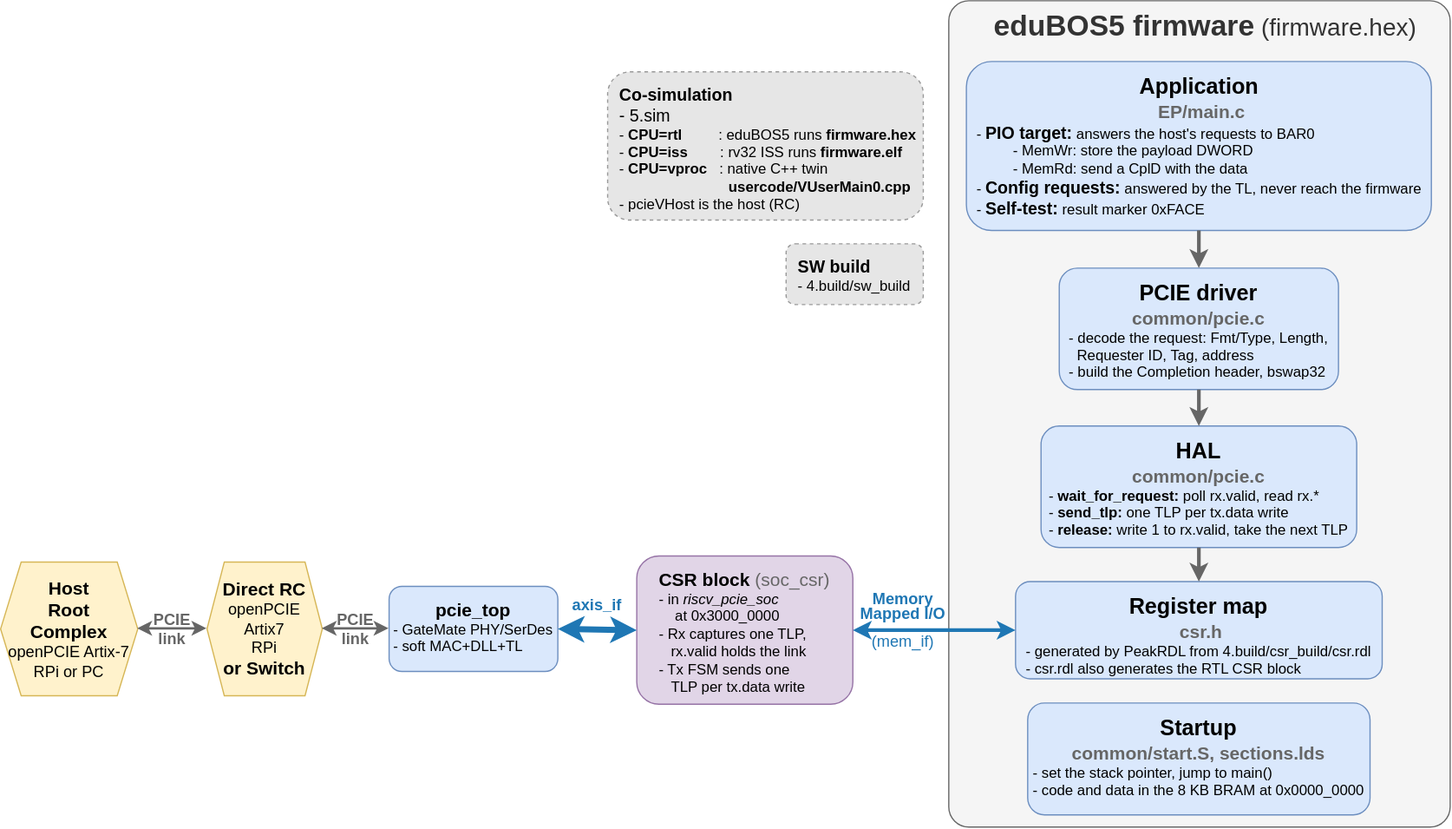
Earlier version of the draw.io export 0.doc/3.sw/sw-structure.drawio.svg (chili-chips-ba/openCologne-PCIE). Source tidied: cells renumbered, new cells last; positions are measured from the earlier drawing's top-left corner, leaving out a move shared by most shapes.
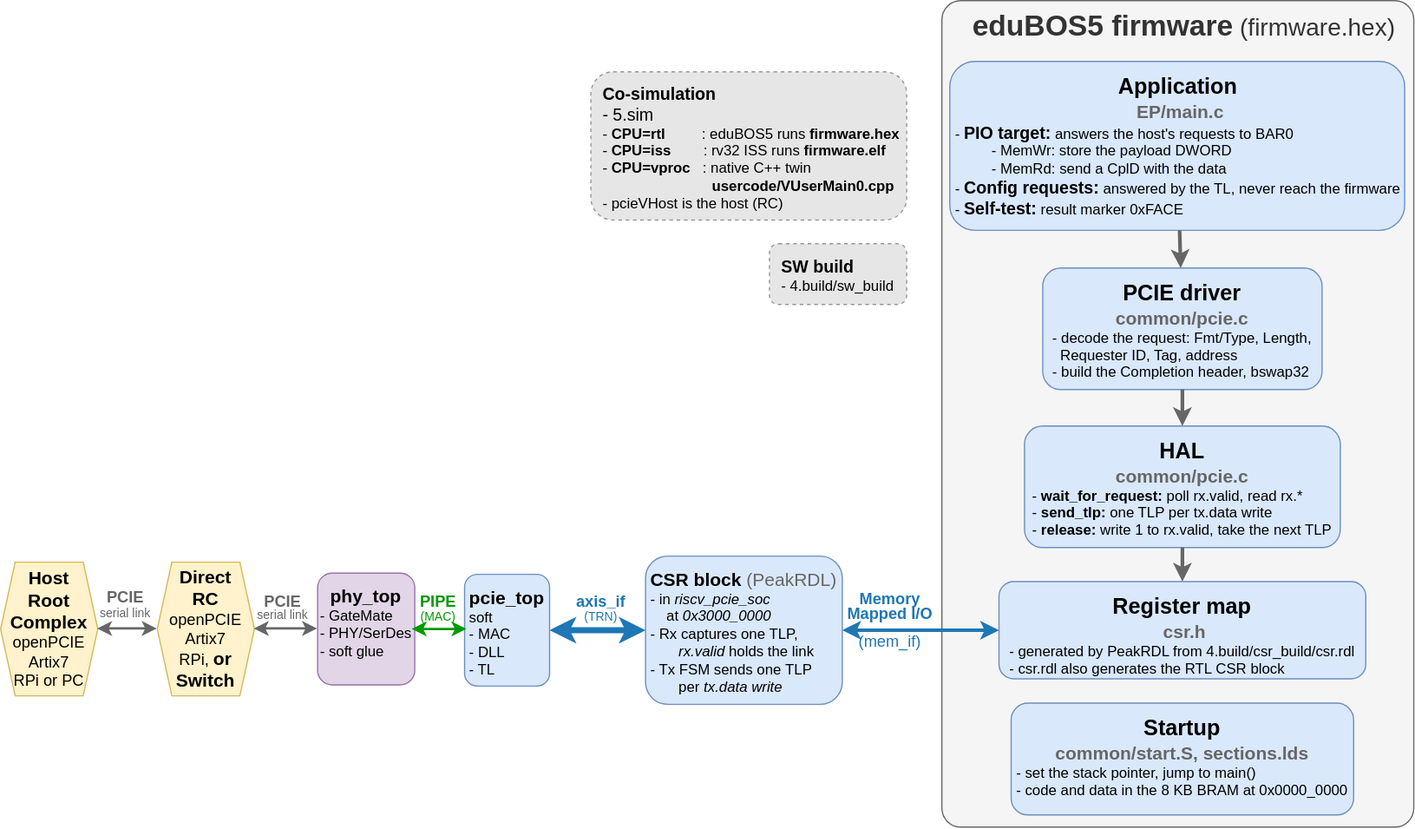
After the commit.

What changed in the source:
```diff
@@ -3,10 +3,10 @@
     <mxCell id="0" />
     <mxCell id="1" parent="0" />
     <mxCell id="2" value="&lt;div&gt;&lt;font style=&quot;background-color: transparent; color: rgb(51, 51, 51); font-size: 24px;&quot;&gt;eduBOS5 firmware&lt;/font&gt;&lt;font style=&quot;background-color: transparent; font-size: 20px; color: rgb(51, 51, 51);&quot;&gt; &lt;span style=&quot;font-weight: normal;&quot;&gt;(firmware.hex)&lt;/span&gt;&lt;/font&gt;&lt;/div&gt;" style="rounded=1;arcSize=4;whiteSpace=wrap;html=1;fillColor=#f5f5f5;strokeColor=#666666;fontStyle=1;verticalAlign=top;align=center;spacingLeft=10;" parent="1" vertex="1">
-      <mxGeometry x="781" width="413" height="680" as="geometry" />
+      <mxGeometry x="789" width="388.5" height="680" as="geometry" />
     </mxCell>
     <mxCell id="3" value="&lt;b&gt;&lt;font style=&quot;font-size: 18px;&quot;&gt;Application&lt;/font&gt;&lt;/b&gt;&lt;div&gt;&lt;b&gt;&lt;font style=&quot;font-size: 15px; color: rgb(102, 102, 102);&quot;&gt;&amp;nbsp;EP/main.c&lt;/font&gt;&lt;/b&gt;&lt;div style=&quot;text-align: left;&quot;&gt;- &lt;font style=&quot;font-size: 14px;&quot;&gt;&lt;b style=&quot;&quot;&gt;PIO target:&lt;/b&gt;&lt;/font&gt; answers the host's requests to BAR0&lt;/div&gt;&lt;div style=&quot;text-align: left;&quot;&gt;&amp;nbsp; &amp;nbsp; &amp;nbsp; &amp;nbsp; &amp;nbsp;- MemWr: store the payload DWORD&lt;/div&gt;&lt;div style=&quot;text-align: left;&quot;&gt;&amp;nbsp; &amp;nbsp; &amp;nbsp; &amp;nbsp; &amp;nbsp;- MemRd: send a CplD with the data&lt;/div&gt;&lt;div style=&quot;text-align: left;&quot;&gt;- &lt;b&gt;&lt;font style=&quot;font-size: 14px;&quot;&gt;Config requests:&lt;/font&gt;&lt;/b&gt; answered by the TL, never reach the firmware&lt;br&gt;- &lt;b&gt;&lt;font style=&quot;font-size: 14px;&quot;&gt;Self-test:&lt;/font&gt;&lt;/b&gt; result marker 0xFACE&lt;/div&gt;&lt;/div&gt;" style="rounded=1;whiteSpace=wrap;html=1;fillColor=#dae8fc;strokeColor=#6c8ebf;align=center;verticalAlign=top;spacingTop=4;" parent="1" vertex="1">
-      <mxGeometry x="795.5" y="50" width="383" height="139" as="geometry" />
+      <mxGeometry x="795.5" y="50" width="374.5" height="139" as="geometry" />
     </mxCell>
     <mxCell id="4" value="&lt;b&gt;&lt;font style=&quot;font-size: 18px;&quot;&gt;PCIE driver&lt;/font&gt;&lt;/b&gt;&lt;div&gt;&lt;b&gt;&lt;font style=&quot;font-size: 15px; color: rgb(102, 102, 102);&quot;&gt;common/pcie.c&lt;/font&gt;&lt;/b&gt;&lt;div style=&quot;text-align: left;&quot;&gt;- decode the request: Fmt/Type, Length,&lt;br&gt;&amp;nbsp; Requester ID, Tag, address&lt;br&gt;- build the Completion header, bswap32&lt;/div&gt;&lt;/div&gt;" style="rounded=1;whiteSpace=wrap;html=1;fillColor=#dae8fc;strokeColor=#6c8ebf;align=center;verticalAlign=top;spacingTop=4;" parent="1" vertex="1">
       <mxGeometry x="872" y="220" width="230" height="100" as="geometry" />
@@ -29,23 +29,23 @@
     <mxCell id="10" style="endArrow=classic;html=1;strokeWidth=3;strokeColor=#666666;fontColor=#666666;labelBackgroundColor=none;fontStyle=1;fontSize=13;" parent="1" edge="1" source="5" target="6">
       <mxGeometry relative="1" as="geometry" />
     </mxCell>
-    <mxCell id="11" value="&lt;font style=&quot;font-size: 15px;&quot;&gt;&lt;b&gt;CSR block &lt;/b&gt;&lt;span style=&quot;color: rgb(102, 102, 102);&quot;&gt;(soc_csr)&lt;/span&gt;&lt;/font&gt;&lt;div style=&quot;text-align: left;&quot;&gt;- in &lt;i&gt;riscv_pcie_soc&lt;/i&gt;&lt;/div&gt;&lt;div style=&quot;text-align: left;&quot;&gt;&amp;nbsp; &amp;nbsp; at 0x3000_0000&lt;br&gt;- Rx captures one TLP,&lt;/div&gt;&lt;div style=&quot;text-align: left;&quot;&gt;&amp;nbsp; &amp;nbsp;rx.valid holds the link&lt;br&gt;- Tx FSM sends one&lt;/div&gt;&lt;div style=&quot;text-align: left;&quot;&gt;&amp;nbsp; &amp;nbsp;TLP per tx.data write&lt;/div&gt;" style="rounded=1;whiteSpace=wrap;html=1;fillColor=#e1d5e7;strokeColor=#9673a6;align=center;verticalAlign=top;spacingTop=4;" parent="1" vertex="1">
-      <mxGeometry x="524" y="457" width="178" height="122" as="geometry" />
+    <mxCell id="11" value="&lt;font style=&quot;font-size: 15px;&quot;&gt;&lt;b&gt;CSR block &lt;/b&gt;&lt;span style=&quot;color: rgb(102, 102, 102);&quot;&gt;(PeakRDL)&lt;/span&gt;&lt;/font&gt;&lt;div style=&quot;text-align: left;&quot;&gt;- in &lt;i&gt;riscv_pcie_soc&lt;/i&gt;&lt;/div&gt;&lt;div style=&quot;text-align: left;&quot;&gt;&amp;nbsp; &amp;nbsp; at&lt;i&gt; 0x3000_0000&lt;/i&gt;&lt;br&gt;- Rx captures one TLP,&lt;/div&gt;&lt;div style=&quot;text-align: left;&quot;&gt;&amp;nbsp; &amp;nbsp; &amp;nbsp; &amp;nbsp;&lt;i&gt;rx.valid &lt;/i&gt;holds the link&lt;br&gt;- Tx FSM sends one&amp;nbsp;&lt;span style=&quot;background-color: transparent; color: light-dark(rgb(0, 0, 0), rgb(255, 255, 255));&quot;&gt;TLP&lt;/span&gt;&lt;/div&gt;&lt;div style=&quot;text-align: left;&quot;&gt;&lt;span style=&quot;background-color: transparent; color: light-dark(rgb(0, 0, 0), rgb(255, 255, 255));&quot;&gt;&amp;nbsp; &amp;nbsp; &amp;nbsp; &amp;nbsp;per &lt;i&gt;tx.data write&lt;/i&gt;&lt;/span&gt;&lt;/div&gt;" style="rounded=1;whiteSpace=wrap;html=1;fillColor=#dae8fc;strokeColor=#6c8ebf;align=center;verticalAlign=top;spacingTop=4;" parent="1" vertex="1">
+      <mxGeometry x="545" y="457" width="162" height="122" as="geometry" />
     </mxCell>
-    <mxCell id="12" value="&lt;b&gt;&lt;font style=&quot;font-size: 15px;&quot;&gt;pcie_top&lt;/font&gt;&lt;/b&gt;&lt;div style=&quot;text-align: left;&quot;&gt;- GateMate PHY/SerDes&lt;/div&gt;&lt;div style=&quot;text-align: left;&quot;&gt;- soft MAC+DLL+TL&lt;br&gt;&lt;/div&gt;" style="rounded=1;whiteSpace=wrap;html=1;fillColor=#dae8fc;strokeColor=#6c8ebf;align=center;verticalAlign=top;spacingTop=4;" parent="1" vertex="1">
-      <mxGeometry x="320" y="482" width="139" height="70" as="geometry" />
+    <mxCell id="12" value="&lt;b&gt;&lt;font style=&quot;font-size: 15px;&quot;&gt;pcie_top&lt;/font&gt;&lt;/b&gt;&lt;div style=&quot;text-align: left;&quot;&gt;soft&lt;/div&gt;&lt;div style=&quot;text-align: left;&quot;&gt;- MAC&lt;/div&gt;&lt;div style=&quot;text-align: left;&quot;&gt;- DLL&lt;/div&gt;&lt;div style=&quot;text-align: left;&quot;&gt;- TL&lt;br&gt;&lt;/div&gt;" style="rounded=1;whiteSpace=wrap;html=1;fillColor=#dae8fc;strokeColor=#6c8ebf;align=center;verticalAlign=top;spacingTop=4;" parent="1" vertex="1">
+      <mxGeometry x="396" y="472" width="70" height="92" as="geometry" />
     </mxCell>
-    <mxCell id="13" value="&lt;div&gt;&lt;b style=&quot;background-color: transparent; color: light-dark(rgb(0, 0, 0), rgb(255, 255, 255));&quot;&gt;&lt;font style=&quot;font-size: 15px;&quot;&gt;Direct RC&lt;/font&gt;&lt;/b&gt;&lt;/div&gt;&lt;div&gt;&lt;div&gt;&lt;font style=&quot;font-size: 13px;&quot;&gt;openPCIE Artix7&lt;/font&gt;&lt;/div&gt;&lt;div&gt;&lt;font style=&quot;font-size: 13px;&quot;&gt;RPi&lt;/font&gt;&lt;/div&gt;&lt;/div&gt;&lt;div&gt;&lt;b style=&quot;background-color: transparent; color: light-dark(rgb(0, 0, 0), rgb(255, 255, 255));&quot;&gt;&lt;font style=&quot;font-size: 15px;&quot;&gt;or&amp;nbsp;&lt;/font&gt;&lt;/b&gt;&lt;b style=&quot;background-color: transparent; color: light-dark(rgb(0, 0, 0), rgb(255, 255, 255));&quot;&gt;&lt;font style=&quot;font-size: 15px;&quot;&gt;Switch&lt;/font&gt;&lt;/b&gt;&lt;/div&gt;" style="shape=hexagon;perimeter=hexagonPerimeter2;size=0.15;whiteSpace=wrap;html=1;fillColor=#fff2cc;strokeColor=#d6b656;points=[[0,0.25,1,0,0],[0,0.5,1,0,0],[0,0.75,1,0,0],[0.375,0,1,0,0],[0.375,1,1,0,0],[0.5,0,1,0,0],[0.5,1,1,0,0],[0.625,0,1,0,0],[0.858407,0,0,0,0],[0.858407,1,0,0,0],[0.938053,0.281818,0,0,0],[1,0.75,1,0,0]];" parent="1" vertex="1">
-      <mxGeometry x="170" y="462" width="95" height="110" as="geometry" />
+    <mxCell id="13" value="&lt;div&gt;&lt;b style=&quot;background-color: transparent; color: light-dark(rgb(0, 0, 0), rgb(255, 255, 255));&quot;&gt;&lt;font style=&quot;font-size: 15px;&quot;&gt;Direct&lt;/font&gt;&lt;/b&gt;&lt;/div&gt;&lt;div&gt;&lt;b style=&quot;background-color: transparent; color: light-dark(rgb(0, 0, 0), rgb(255, 255, 255));&quot;&gt;&lt;font style=&quot;font-size: 15px;&quot;&gt;RC&lt;/font&gt;&lt;/b&gt;&lt;/div&gt;&lt;div&gt;&lt;div&gt;&lt;font style=&quot;font-size: 13px;&quot;&gt;openPCIE Artix7&lt;/font&gt;&lt;/div&gt;&lt;div&gt;&lt;font style=&quot;font-size: 13px;&quot;&gt;RPi,&amp;nbsp;&lt;/font&gt;&lt;b style=&quot;background-color: transparent; color: light-dark(rgb(0, 0, 0), rgb(255, 255, 255));&quot;&gt;&lt;font style=&quot;font-size: 15px;&quot;&gt;or&lt;/font&gt;&lt;/b&gt;&lt;/div&gt;&lt;div&gt;&lt;b style=&quot;background-color: transparent; color: light-dark(rgb(0, 0, 0), rgb(255, 255, 255));&quot;&gt;&lt;font style=&quot;font-size: 15px;&quot;&gt;Switch&lt;/font&gt;&lt;/b&gt;&lt;/div&gt;&lt;/div&gt;" style="shape=hexagon;perimeter=hexagonPerimeter2;size=0.15;whiteSpace=wrap;html=1;fillColor=#fff2cc;strokeColor=#d6b656;points=[[0,0.25,1,0,0],[0,0.5,1,0,0],[0,0.75,1,0,0],[0.375,0,1,0,0],[0.375,1,1,0,0],[0.5,0,1,0,0],[0.5,1,1,0,0],[0.625,0,1,0,0],[0.858407,0,0,0,0],[0.858407,1,0,0,0],[0.938053,0.281818,0,0,0],[1,0.75,1,0,0]];" parent="1" vertex="1">
+      <mxGeometry x="143" y="462" width="80" height="110" as="geometry" />
     </mxCell>
     <mxCell id="14" value="&lt;div style=&quot;line-height: 90%;&quot;&gt;Memory&lt;div&gt;Mapped I/O&lt;div&gt;&lt;font style=&quot;font-size: 7px; line-height: 90%;&quot;&gt;&amp;nbsp; &amp;nbsp;&lt;/font&gt;&lt;br&gt;&lt;div&gt;&lt;span style=&quot;font-weight: normal;&quot;&gt;(mem_if)&lt;/span&gt;&lt;/div&gt;&lt;/div&gt;&lt;/div&gt;&lt;/div&gt;" style="endArrow=classic;html=1;strokeWidth=3;strokeColor=#1f77b4;fontColor=#1f77b4;labelBackgroundColor=none;fontStyle=1;fontSize=13;startArrow=classic;entryX=1;entryY=0.5;entryDx=0;entryDy=0;exitX=0;exitY=0.5;exitDx=0;exitDy=0;" parent="1" edge="1" source="6" target="11">
       <mxGeometry x="0.39" y="-8" relative="1" as="geometry" />
     </mxCell>
-    <mxCell id="15" value="axis_if" style="endArrow=classic;html=1;strokeWidth=5;strokeColor=#1f77b4;fontColor=#1f77b4;labelBackgroundColor=none;fontStyle=1;fontSize=13;startArrow=classic;entryX=1;entryY=0.5;entryDx=0;entryDy=0;exitX=0;exitY=0.5;exitDx=0;exitDy=0;" parent="1" edge="1" source="11" target="12">
-      <mxGeometry y="-20" relative="1" as="geometry" />
+    <mxCell id="15" value="&lt;div style=&quot;line-height: 90%;&quot;&gt;axis_if&lt;div&gt;&lt;span style=&quot;font-weight: normal;&quot;&gt;&lt;font style=&quot;font-size: 10px; line-height: 90%;&quot;&gt;(TRN)&lt;/font&gt;&lt;/span&gt;&lt;/div&gt;&lt;/div&gt;" style="endArrow=classic;html=1;strokeWidth=5;strokeColor=#1f77b4;fontColor=#1f77b4;labelBackgroundColor=none;fontStyle=1;fontSize=13;startArrow=classic;entryX=1;entryY=0.5;entryDx=0;entryDy=0;exitX=0;exitY=0.5;exitDx=0;exitDy=0;" parent="1" edge="1" source="11" target="12">
+      <mxGeometry x="-0.07" y="-18" relative="1" as="geometry" />
     </mxCell>
-    <mxCell id="16" value="PCIE&lt;div&gt;link&lt;/div&gt;" style="endArrow=classic;html=1;strokeWidth=2;strokeColor=#666666;fontColor=#666666;labelBackgroundColor=none;fontStyle=1;fontSize=13;startArrow=classic;exitX=0;exitY=0.5;exitDx=0;exitDy=0;entryX=1;entryY=0.5;entryDx=0;entryDy=0;" parent="1" edge="1" source="12" target="13">
-      <mxGeometry relative="1" as="geometry" />
+    <mxCell id="16" value="&lt;div style=&quot;line-height: 80%;&quot;&gt;PCIE&lt;div&gt;&lt;span style=&quot;font-weight: normal;&quot;&gt;&lt;font style=&quot;font-size: 10px; line-height: 8px;&quot;&gt;serial &lt;/font&gt;&lt;/span&gt;&lt;span style=&quot;font-size: 10px; font-weight: normal; background-color: transparent; color: light-dark(rgb(102, 102, 102), rgb(149, 149, 149));&quot;&gt;link&lt;/span&gt;&lt;/div&gt;&lt;/div&gt;" style="endArrow=classic;html=1;strokeWidth=2;strokeColor=#666666;fontColor=#666666;labelBackgroundColor=none;fontStyle=1;fontSize=13;startArrow=classic;entryX=1;entryY=0.5;entryDx=0;entryDy=0;exitX=0;exitY=0.5;exitDx=0;exitDy=0;" parent="1" edge="1" source="21" target="13">
+      <mxGeometry x="0.11" y="-17" relative="1" as="geometry" />
     </mxCell>
     <mxCell id="17" value="&lt;b&gt;&lt;font style=&quot;font-size: 14px;&quot;&gt;Co-simulation&lt;/font&gt;&lt;/b&gt;&lt;div&gt;&lt;span style=&quot;font-size: 14px;&quot;&gt;- 5.sim&lt;br&gt;&lt;/span&gt;&lt;div style=&quot;text-align: left;&quot;&gt;- &lt;b&gt;CPU=rtl&amp;nbsp; &amp;nbsp; &amp;nbsp; &amp;nbsp; &amp;nbsp;&lt;/b&gt;: eduBOS5 runs &lt;b&gt;firmware.hex&lt;/b&gt;&lt;br&gt;- &lt;b&gt;CPU=iss&amp;nbsp; &amp;nbsp; &amp;nbsp; &amp;nbsp;&amp;nbsp;&lt;/b&gt;: rv32 ISS runs &lt;b&gt;firmware.elf&lt;/b&gt;&lt;br&gt;- &lt;b&gt;CPU=vproc&amp;nbsp; &amp;nbsp;&lt;/b&gt;: native C++&amp;nbsp;&lt;span style=&quot;background-color: transparent; color: light-dark(rgb(0, 0, 0), rgb(255, 255, 255));&quot;&gt;twin&lt;/span&gt;&lt;/div&gt;&lt;div style=&quot;text-align: left;&quot;&gt;&lt;span style=&quot;background-color: transparent; color: light-dark(rgb(0, 0, 0), rgb(255, 255, 255));&quot;&gt;&amp;nbsp; &amp;nbsp; &amp;nbsp; &amp;nbsp; &amp;nbsp; &amp;nbsp; &amp;nbsp; &amp;nbsp; &amp;nbsp; &amp;nbsp; &amp;nbsp; &amp;nbsp; &amp;nbsp; &amp;nbsp;&lt;b&gt;usercode/VUserMain0.cpp&lt;/b&gt;&lt;/span&gt;&lt;/div&gt;&lt;div style=&quot;text-align: left;&quot;&gt;- pcieVHost is the host (RC)&lt;/div&gt;&lt;/div&gt;" style="rounded=1;whiteSpace=wrap;html=1;fillColor=#E6E6E6;strokeColor=#999999;dashed=1;align=left;verticalAlign=top;spacingLeft=8;spacingTop=4;" parent="1" vertex="1">
       <mxGeometry x="500" y="58.5" width="260" height="122" as="geometry" />
@@ -53,11 +53,24 @@
     <mxCell id="18" value="&lt;b&gt;&lt;font style=&quot;font-size: 14px;&quot;&gt;SW build&lt;/font&gt;&lt;/b&gt;&lt;div style=&quot;text-align: left;&quot;&gt;-&amp;nbsp;&lt;span style=&quot;background-color: transparent; color: light-dark(rgb(0, 0, 0), rgb(255, 255, 255));&quot;&gt;4.build/sw_build&lt;/span&gt;&lt;/div&gt;" style="rounded=1;whiteSpace=wrap;html=1;fillColor=#E6E6E6;strokeColor=#999999;dashed=1;align=left;verticalAlign=top;spacingLeft=8;spacingTop=4;" parent="1" vertex="1">
       <mxGeometry x="647" y="200" width="113" height="50" as="geometry" />
     </mxCell>
-    <mxCell id="19" value="&lt;div&gt;&lt;b&gt;&lt;font style=&quot;font-size: 15px;&quot;&gt;Host&lt;/font&gt;&lt;/b&gt;&lt;/div&gt;&lt;div&gt;&lt;b&gt;&lt;font style=&quot;font-size: 15px;&quot;&gt;Root&lt;/font&gt;&lt;/b&gt;&lt;/div&gt;&lt;div&gt;&lt;b&gt;&lt;font style=&quot;font-size: 15px;&quot;&gt;Complex&lt;/font&gt;&lt;/b&gt;&lt;/div&gt;&lt;div&gt;&lt;font style=&quot;font-size: 13px;&quot;&gt;openPCIE Artix-7&lt;/font&gt;&lt;/div&gt;&lt;div&gt;&lt;font style=&quot;font-size: 13px;&quot;&gt;RPi or PC&lt;/font&gt;&lt;/div&gt;" style="shape=hexagon;perimeter=hexagonPerimeter2;size=0.15;whiteSpace=wrap;html=1;fillColor=#fff2cc;strokeColor=#d6b656;points=[[0,0.25,1,0,0],[0,0.5,1,0,0],[0,0.75,1,0,0],[0.375,0,1,0,0],[0.375,1,1,0,0],[0.5,0,1,0,0],[0.5,1,1,0,0],[0.625,0,1,0,0],[0.858407,0,0,0,0],[0.858407,1,0,0,0],[0.938053,0.281818,0,0,0],[1,0.75,1,0,0]];" parent="1" vertex="1">
-      <mxGeometry y="462" width="113" height="110" as="geometry" />
+    <mxCell id="19" value="&lt;div&gt;&lt;b&gt;&lt;font style=&quot;font-size: 15px;&quot;&gt;Host&lt;/font&gt;&lt;/b&gt;&lt;/div&gt;&lt;div&gt;&lt;b&gt;&lt;font style=&quot;font-size: 15px;&quot;&gt;Root&lt;/font&gt;&lt;/b&gt;&lt;/div&gt;&lt;div&gt;&lt;b&gt;&lt;font style=&quot;font-size: 15px;&quot;&gt;Complex&lt;/font&gt;&lt;/b&gt;&lt;/div&gt;&lt;div&gt;&lt;font style=&quot;font-size: 13px;&quot;&gt;openPCIE&lt;/font&gt;&lt;/div&gt;&lt;div&gt;&lt;font style=&quot;font-size: 13px;&quot;&gt;Artix7&lt;/font&gt;&lt;/div&gt;&lt;div&gt;&lt;font style=&quot;font-size: 13px;&quot;&gt;RPi or PC&lt;/font&gt;&lt;/div&gt;" style="shape=hexagon;perimeter=hexagonPerimeter2;size=0.15;whiteSpace=wrap;html=1;fillColor=#fff2cc;strokeColor=#d6b656;points=[[0,0.25,1,0,0],[0,0.5,1,0,0],[0,0.75,1,0,0],[0.375,0,1,0,0],[0.375,1,1,0,0],[0.5,0,1,0,0],[0.5,1,1,0,0],[0.625,0,1,0,0],[0.858407,0,0,0,0],[0.858407,1,0,0,0],[0.938053,0.281818,0,0,0],[1,0.75,1,0,0]];" parent="1" vertex="1">
+      <mxGeometry x="14" y="462" width="80" height="110" as="geometry" />
     </mxCell>
-    <mxCell id="20" value="PCIE&lt;div&gt;link&lt;/div&gt;" style="endArrow=classic;html=1;strokeWidth=2;strokeColor=#666666;fontColor=#666666;labelBackgroundColor=none;fontStyle=1;fontSize=13;startArrow=classic;exitX=0;exitY=0.5;exitDx=0;exitDy=0;entryX=1;entryY=0.5;entryDx=0;entryDy=0;" parent="1" edge="1" source="13" target="19">
-      <mxGeometry relative="1" as="geometry" />
+    <mxCell id="20" value="&lt;div style=&quot;line-height: 100%;&quot;&gt;&lt;br&gt;&lt;/div&gt;" style="endArrow=classic;html=1;strokeWidth=2;strokeColor=#666666;fontColor=#666666;labelBackgroundColor=none;fontStyle=1;fontSize=13;startArrow=classic;exitX=0;exitY=0.5;exitDx=0;exitDy=0;entryX=1;entryY=0.5;entryDx=0;entryDy=0;" parent="1" edge="1" source="13" target="19">
+      <mxGeometry y="3" relative="1" as="geometry" />
     </mxCell>
+    <mxCell id="21" value="&lt;b&gt;&lt;font style=&quot;font-size: 15px;&quot;&gt;phy_top&lt;/font&gt;&lt;/b&gt;&lt;div style=&quot;text-align: left;&quot;&gt;- GateMate&lt;/div&gt;&lt;div style=&quot;text-align: left;&quot;&gt;- PHY/SerDes&lt;/div&gt;&lt;div style=&quot;text-align: left;&quot;&gt;-&amp;nbsp;&lt;span style=&quot;background-color: transparent; color: light-dark(rgb(0, 0, 0), rgb(255, 255, 255));&quot;&gt;soft glue&lt;/span&gt;&lt;/div&gt;" style="rounded=1;whiteSpace=wrap;html=1;fillColor=#e1d5e7;strokeColor=#9673a6;align=center;verticalAlign=top;spacingTop=4;" parent="1" vertex="1">
+      <mxGeometry x="275" y="471" width="80" height="92" as="geometry" />
+    </mxCell>
+    <mxCell id="22" value="&lt;div style=&quot;line-height: 90%;&quot;&gt;&lt;span style=&quot;color: rgb(0, 153, 0);&quot;&gt;PIPE&lt;/span&gt;&lt;/div&gt;&lt;div style=&quot;line-height: 90%;&quot;&gt;&lt;span style=&quot;font-size: 10px; color: rgb(0, 153, 0); font-weight: normal; background-color: transparent;&quot;&gt;(MAC)&lt;/span&gt;&lt;/div&gt;" style="endArrow=classic;html=1;strokeWidth=2;strokeColor=#009900;fontColor=#666666;labelBackgroundColor=none;fontStyle=1;fontSize=13;startArrow=classic;entryX=1;entryY=0.5;entryDx=0;entryDy=0;exitX=0;exitY=0.5;exitDx=0;exitDy=0;align=center;" parent="1" edge="1">
+      <mxGeometry x="0.07" y="-18" relative="1" as="geometry">
+        <mxPoint x="398" y="517.5" as="sourcePoint" />
+        <mxPoint x="353" y="517.5" as="targetPoint" />
+        <mxPoint y="1" as="offset" />
+      </mxGeometry>
+    </mxCell>
+    <mxCell id="23" value="&lt;div style=&quot;line-height: 90%;&quot;&gt;&lt;span style=&quot;color: rgb(102, 102, 102); font-family: Helvetica; font-size: 13px; font-style: normal; font-variant-ligatures: normal; font-variant-caps: normal; font-weight: 700; letter-spacing: normal; orphans: 2; text-indent: 0px; text-transform: none; widows: 2; word-spacing: 0px; -webkit-text-stroke-width: 0px; white-space: nowrap; text-decoration-thickness: initial; text-decoration-style: initial; text-decoration-color: initial; float: none; display: inline !important; line-height: 90%;&quot;&gt;PCIE&lt;/span&gt;&lt;div style=&quot;forced-color-adjust: none; color: rgb(102, 102, 102); font-family: Helvetica; font-size: 13px; font-style: normal; font-variant-ligatures: normal; font-variant-caps: normal; font-weight: 700; letter-spacing: normal; orphans: 2; text-indent: 0px; text-transform: none; widows: 2; word-spacing: 0px; -webkit-text-stroke-width: 0px; white-space: nowrap; text-decoration-thickness: initial; text-decoration-style: initial; text-decoration-color: initial; line-height: 90%;&quot;&gt;&lt;span&gt;&lt;span style=&quot;forced-color-adjust: none; font-weight: normal;&quot;&gt;&lt;font style=&quot;forced-color-adjust: none; font-size: 10px; line-height: 90%;&quot;&gt;serial&amp;nbsp;&lt;/font&gt;&lt;/span&gt;&lt;span style=&quot;forced-color-adjust: none; font-size: 10px; font-weight: normal; color: light-dark(rgb(102, 102, 102), rgb(149, 149, 149)); line-height: 90%;&quot;&gt;link&lt;/span&gt;&lt;/span&gt;&lt;/div&gt;&lt;/div&gt;" style="text;whiteSpace=wrap;html=1;align=center;" parent="1" vertex="1">
+      <mxGeometry x="92" y="479" width="50" height="38" as="geometry" />
+    </mxCell>
   </root>
 </mxGraphModel>
```
